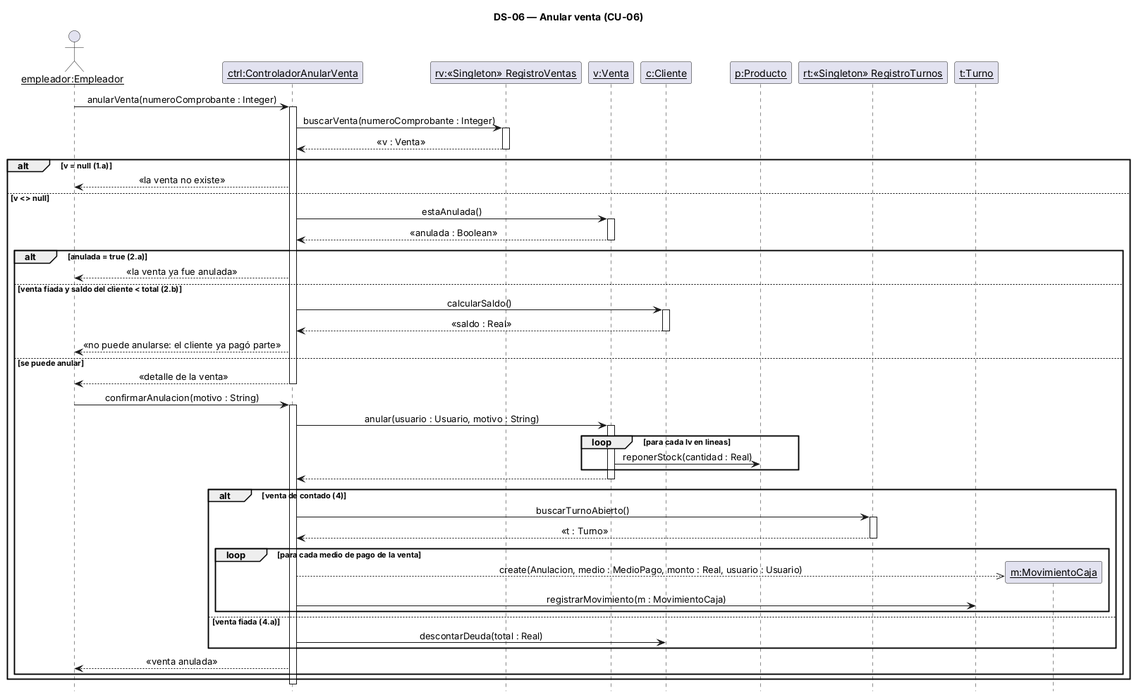
Earlier version of the PlantUML export 08-Diagrama De Secuencia/DS-06 Anular venta.png (alanbalzaretti123/control-de-stock1).
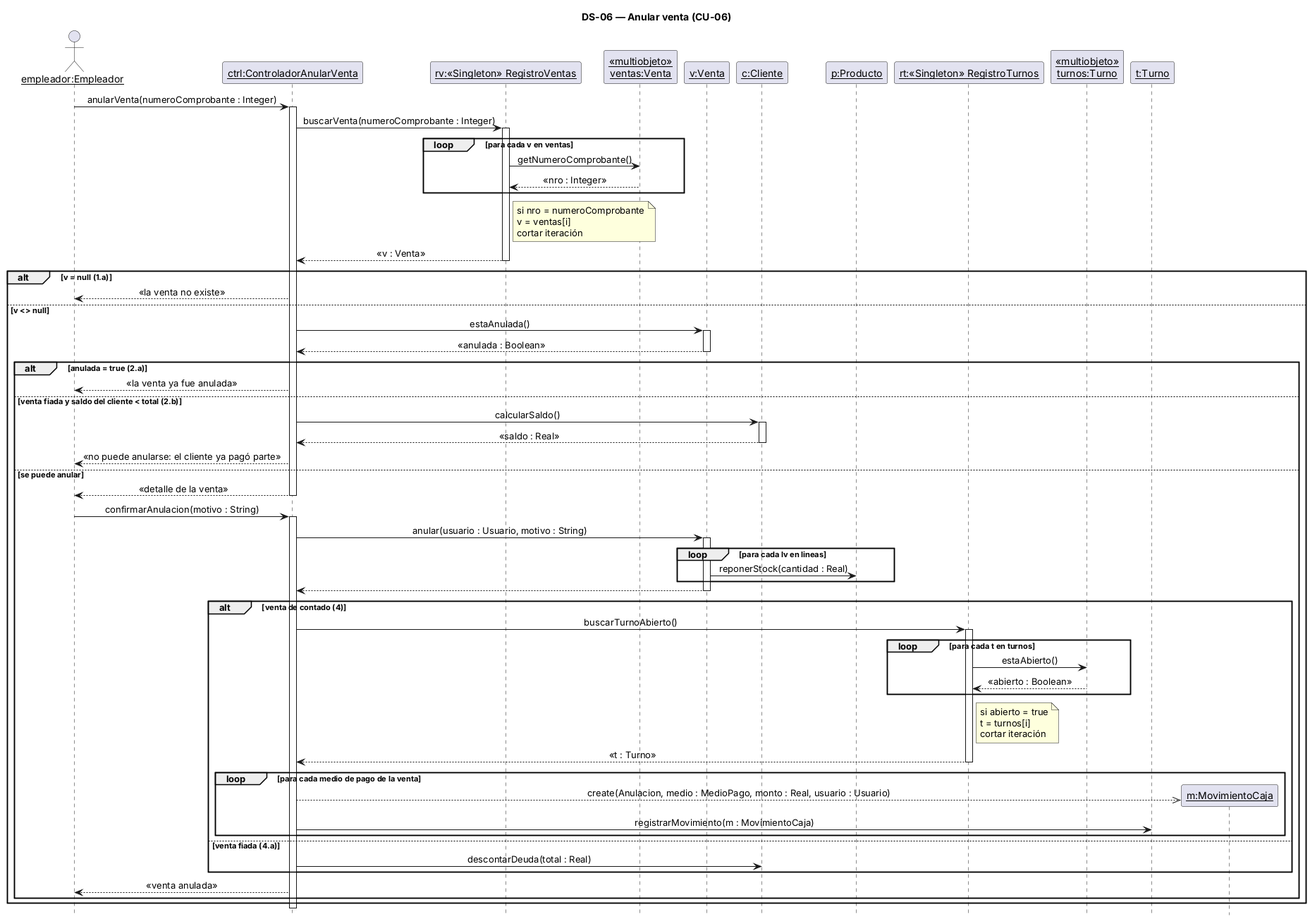
After the change.

What changed in the source:
```diff
@@ -8,16 +8,23 @@
 actor "empleador:Empleador" as U
 participant "ctrl:ControladorAnularVenta" as C
 participant "rv:«Singleton» RegistroVentas" as RV
+participant "«multiobjeto»\nventas:Venta" as MVE
 participant "v:Venta" as V
 participant "c:Cliente" as CL
 participant "p:Producto" as P
 participant "rt:«Singleton» RegistroTurnos" as RT
+participant "«multiobjeto»\nturnos:Turno" as MTU
 participant "t:Turno" as T
 
 U -> C : anularVenta(numeroComprobante : Integer)
 activate C
 C -> RV : buscarVenta(numeroComprobante : Integer)
 activate RV
+loop para cada v en ventas
+  RV -> MVE : getNumeroComprobante()
+  MVE --> RV : «nro : Integer»
+end
+note right of RV : si nro = numeroComprobante\nv = ventas[i]\ncortar iteración
 RV --> C : «v : Venta»
 deactivate RV
 alt v = null (1.a)
@@ -50,6 +57,11 @@
     alt venta de contado (4)
       C -> RT : buscarTurnoAbierto()
       activate RT
+      loop para cada t en turnos
+        RT -> MTU : estaAbierto()
+        MTU --> RT : «abierto : Boolean»
+      end
+      note right of RT : si abierto = true\nt = turnos[i]\ncortar iteración
       RT --> C : «t : Turno»
       deactivate RT
       loop para cada medio de pago de la venta
```
